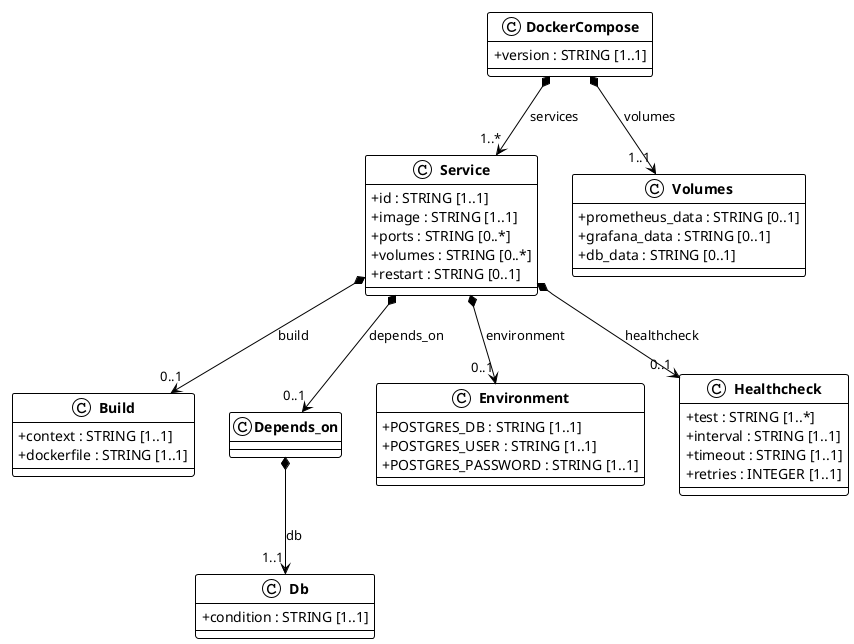
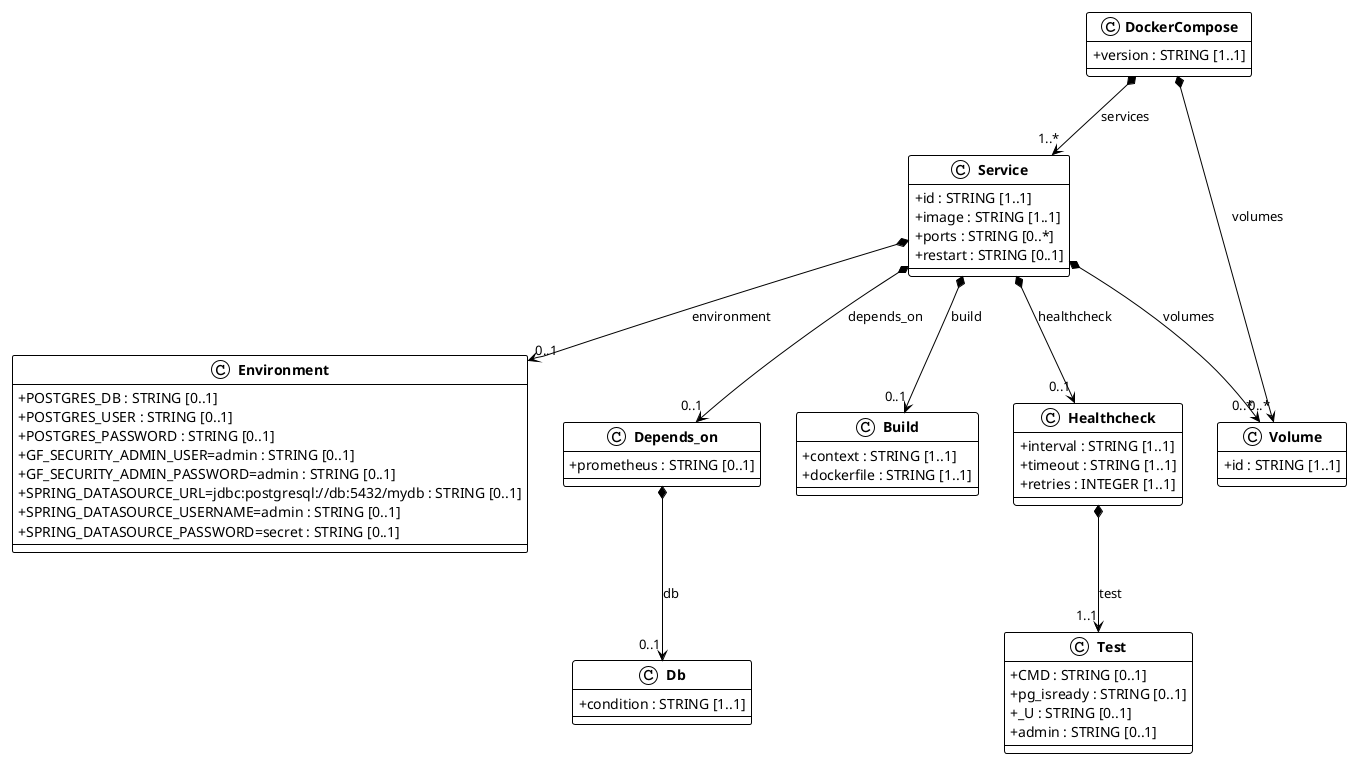
@startuml docker_compose
!theme plain
skinparam classAttributeIconSize 0
skinparam classFontStyle bold

class DockerCompose{
  + version : STRING [1..1]
}

class Service{
  + id : STRING [1..1]
  + image : STRING [1..1]
  + ports : STRING [0..*]
-   + volumes : STRING [0..*]
  + restart : STRING [0..1]
}

- class Volumes{
-   + prometheus_data : STRING [0..1]
-   + grafana_data : STRING [0..1]
-   + db_data : STRING [0..1]
+ class Volume{
+   + id : STRING [1..1]
+ }
+ 
+ class Environment{
+   + POSTGRES_DB : STRING [0..1]
+   + POSTGRES_USER : STRING [0..1]
+   + POSTGRES_PASSWORD : STRING [0..1]
+   + GF_SECURITY_ADMIN_USER=admin : STRING [0..1]
+   + GF_SECURITY_ADMIN_PASSWORD=admin : STRING [0..1]
+   + SPRING_DATASOURCE_URL=jdbc:postgresql://db:5432/mydb : STRING [0..1]
+   + SPRING_DATASOURCE_USERNAME=admin : STRING [0..1]
+   + SPRING_DATASOURCE_PASSWORD=secret : STRING [0..1]
+ }
+ 
+ class Depends_on{
+   + prometheus : STRING [0..1]
}

class Build{
  + context : STRING [1..1]
  + dockerfile : STRING [1..1]
}

- class Depends_on{
- }
- 
class Db{
  + condition : STRING [1..1]
}

- class Environment{
-   + POSTGRES_DB : STRING [1..1]
-   + POSTGRES_USER : STRING [1..1]
-   + POSTGRES_PASSWORD : STRING [1..1]
- }
- 
class Healthcheck{
-   + test : STRING [1..*]
  + interval : STRING [1..1]
  + timeout : STRING [1..1]
  + retries : INTEGER [1..1]
}

+ class Test{
+   + CMD : STRING [0..1]
+   + pg_isready : STRING [0..1]
+   + _U : STRING [0..1]
+   + admin : STRING [0..1]
+ }
+ 
DockerCompose *--> "1..*" Service : services
- DockerCompose *--> "1..1" Volumes : volumes
+ DockerCompose *--> "0..*" Volume : volumes
+ Service *--> "0..*" Volume : volumes
+ Service *--> "0..1" Environment : environment
+ Service *--> "0..1" Depends_on : depends_on
Service *--> "0..1" Build : build
- Service *--> "0..1" Depends_on : depends_on
- Service *--> "0..1" Environment : environment
Service *--> "0..1" Healthcheck : healthcheck
- Depends_on *--> "1..1" Db : db
+ Depends_on *--> "0..1" Db : db
+ Healthcheck *--> "1..1" Test : test

@enduml
